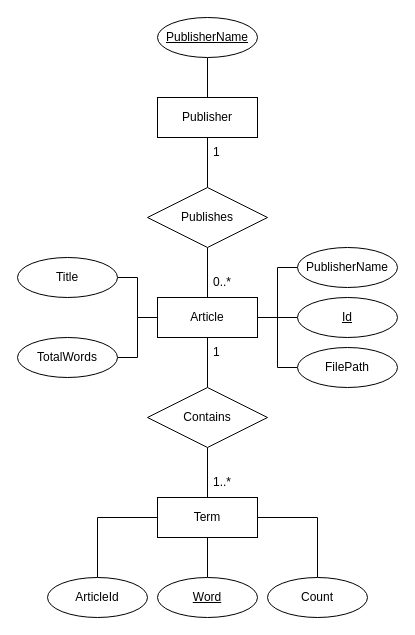
Earlier version of the draw.io diagram Images/New database diagram.drawio (chhoumann/p5). Source tidied: cells renumbered, new cells numbered last; positions are measured from the earlier drawing's top-left corner, leaving out a move shared by most shapes. Both pictures are drawn from the tidied source at 100%, with x=0, y=0 at pixel (17, 17).
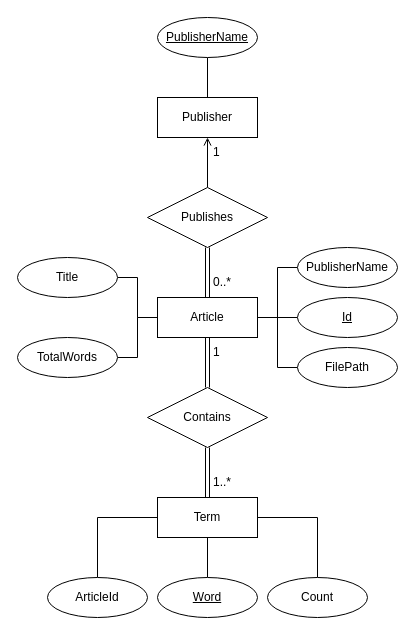
The same page after the edit.

The change refers to these unchanged cells:
```xml
<mxCell id="7" value="Article" style="whiteSpace=wrap;html=1;align=center;" parent="1" vertex="1">
  <mxGeometry x="140" y="280" width="100" height="40" as="geometry" />
</mxCell>
<mxCell id="10" value="Publisher" style="whiteSpace=wrap;html=1;align=center;" parent="1" vertex="1">
  <mxGeometry x="140" y="80" width="100" height="40" as="geometry" />
</mxCell>
<mxCell id="15" value="Term" style="whiteSpace=wrap;html=1;align=center;" parent="1" vertex="1">
  <mxGeometry x="140" y="480" width="100" height="40" as="geometry" />
</mxCell>
<mxCell id="26" value="Contains" style="shape=rhombus;perimeter=rhombusPerimeter;whiteSpace=wrap;html=1;align=center;" parent="1" vertex="1">
  <mxGeometry x="130" y="370" width="120" height="60" as="geometry" />
</mxCell>
<mxCell id="28" value="Publishes" style="shape=rhombus;perimeter=rhombusPerimeter;whiteSpace=wrap;html=1;align=center;" parent="1" vertex="1">
  <mxGeometry x="130" y="170" width="120" height="60" as="geometry" />
</mxCell>
```

Diff of the diagram source:
```diff
@@
-    <mxCell id="9" style="edgeStyle=orthogonalEdgeStyle;rounded=0;jettySize=auto;html=1;entryX=0.5;entryY=0;entryDx=0;entryDy=0;endArrow=none;endFill=0;" parent="1" edge="1" source="10" target="28">
+    <mxCell id="9" style="edgeStyle=orthogonalEdgeStyle;rounded=0;jettySize=auto;html=1;entryX=0.5;entryY=0;entryDx=0;entryDy=0;endArrow=none;endFill=0;startArrow=open;startFill=0;" parent="1" edge="1" source="10" target="28">
       <mxGeometry relative="1" as="geometry" />
     </mxCell>
@@
-    <mxCell id="14" style="edgeStyle=orthogonalEdgeStyle;rounded=0;jettySize=auto;html=1;entryX=0.5;entryY=1;entryDx=0;entryDy=0;endArrow=none;endFill=0;" parent="1" edge="1" source="15" target="26">
+    <mxCell id="14" style="edgeStyle=orthogonalEdgeStyle;rounded=0;jettySize=auto;html=1;entryX=0.5;entryY=1;entryDx=0;entryDy=0;endArrow=none;endFill=0;shape=link;" parent="1" edge="1" source="15" target="26">
       <mxGeometry relative="1" as="geometry" />
     </mxCell>
@@
-    <mxCell id="25" style="edgeStyle=orthogonalEdgeStyle;rounded=0;jettySize=auto;html=1;entryX=0.5;entryY=1;entryDx=0;entryDy=0;endArrow=none;endFill=0;" parent="1" edge="1" source="26" target="7">
+    <mxCell id="25" style="edgeStyle=orthogonalEdgeStyle;rounded=0;jettySize=auto;html=1;entryX=0.5;entryY=1;entryDx=0;entryDy=0;endArrow=none;endFill=0;shape=link;" parent="1" edge="1" source="26" target="7">
       <mxGeometry relative="1" as="geometry" />
     </mxCell>
@@
-    <mxCell id="27" style="edgeStyle=orthogonalEdgeStyle;rounded=0;jettySize=auto;html=1;entryX=0.5;entryY=0;entryDx=0;entryDy=0;endArrow=none;endFill=0;" parent="1" edge="1" source="28" target="7">
+    <mxCell id="27" style="edgeStyle=orthogonalEdgeStyle;rounded=0;jettySize=auto;html=1;entryX=0.5;entryY=0;entryDx=0;entryDy=0;endArrow=none;endFill=0;shape=link;" parent="1" edge="1" source="28" target="7">
       <mxGeometry relative="1" as="geometry" />
     </mxCell>
```
